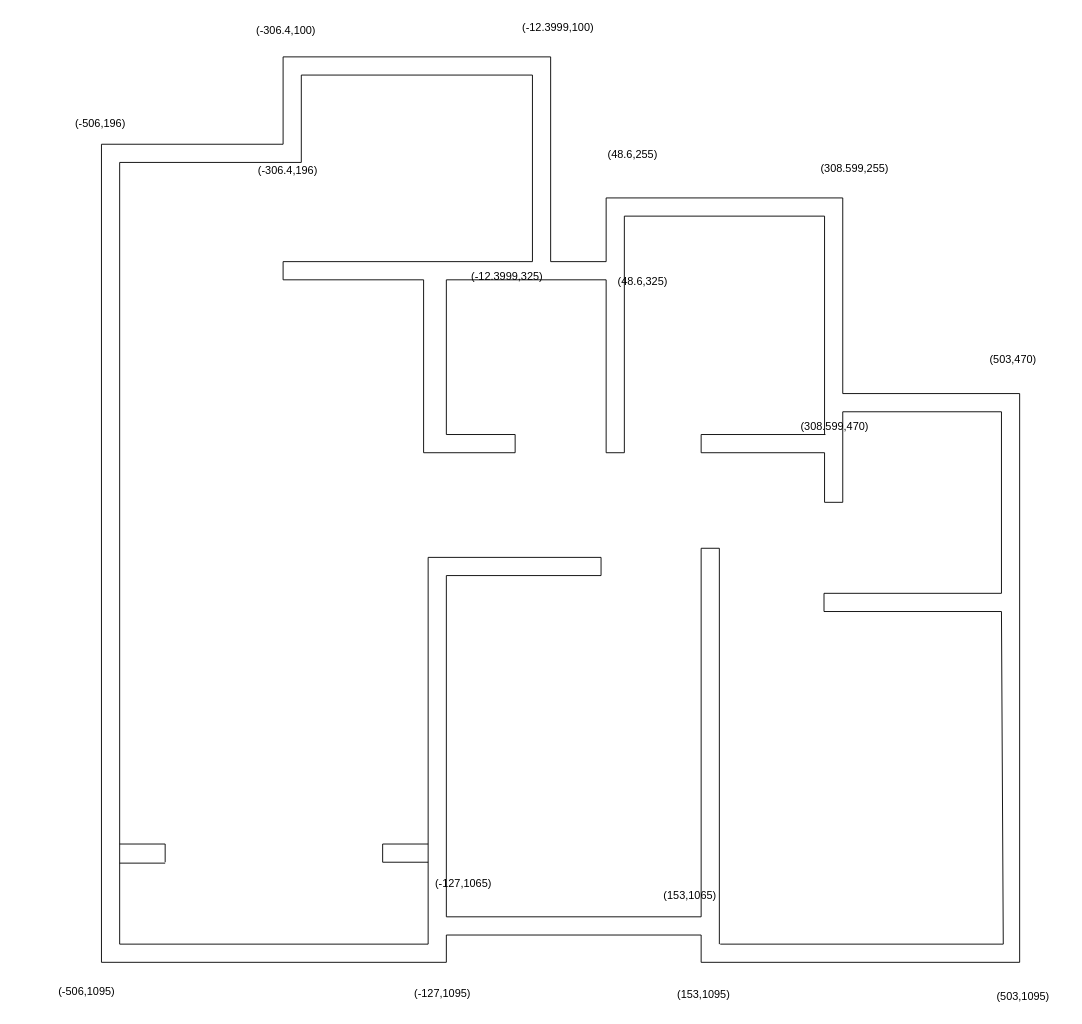
This is 工具/Untitled Diagram.drawio from leexiaozheng/summary, a draw.io file, before an edit. Source tidied: cells renumbered, new cells numbered last; positions are measured from the earlier drawing's top-left corner, leaving out a move shared by most shapes. Both pictures are drawn from the tidied source at 91%, with x=0, y=0 at pixel (46, 15).
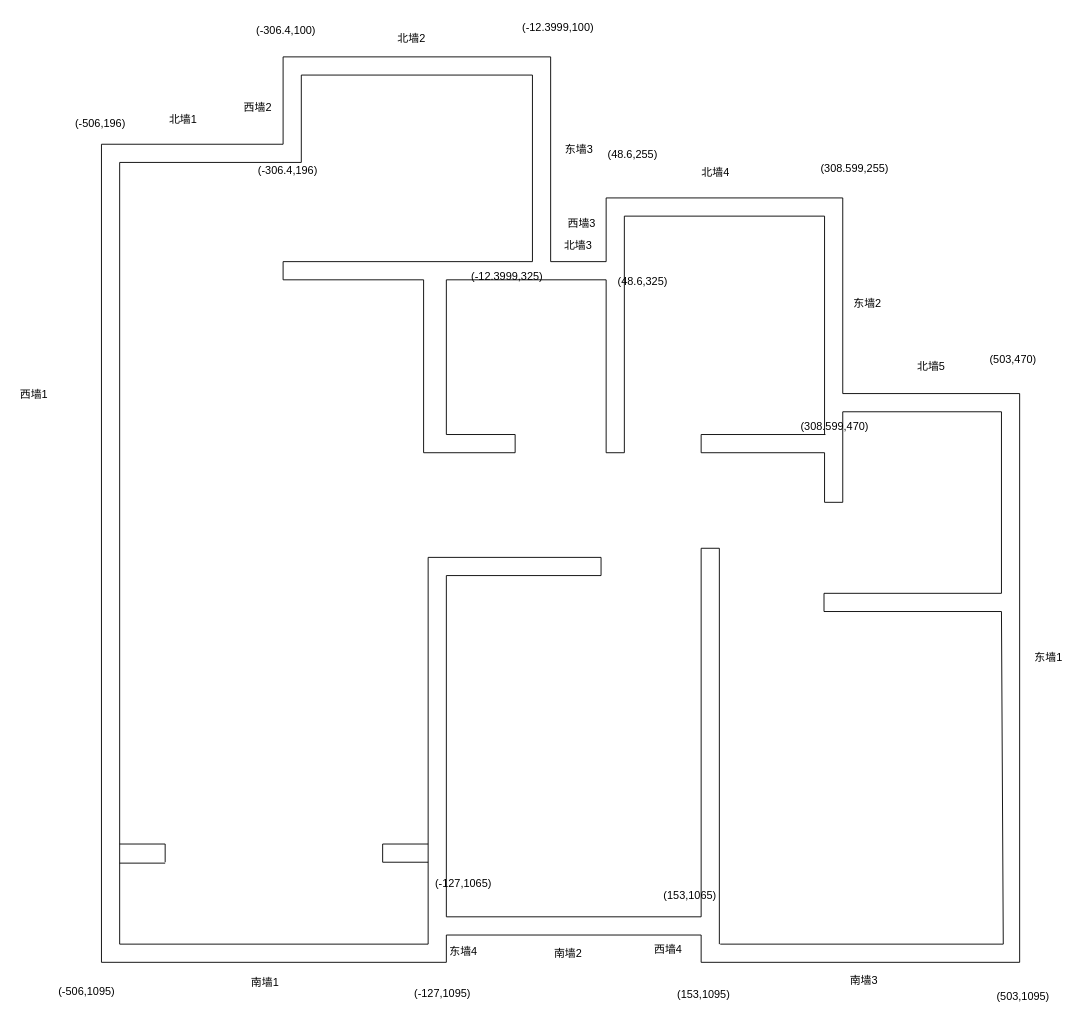
Above is the later version.

The edit, as a diff of the source:
```diff
@@
+    <mxCell id="82" value="东墙1" style="text;html=1;strokeColor=none;fillColor=none;align=center;verticalAlign=middle;whiteSpace=wrap;rounded=0;" parent="1" vertex="1">
+      <mxGeometry x="1082" y="694" width="40" height="21" as="geometry" />
+    </mxCell>
+    <mxCell id="83" value="西墙1" style="text;html=1;strokeColor=none;fillColor=none;align=center;verticalAlign=middle;whiteSpace=wrap;rounded=0;" parent="1" vertex="1">
+      <mxGeometry x="-33" y="405" width="40" height="21" as="geometry" />
+    </mxCell>
+    <mxCell id="84" value="北墙1" style="text;html=1;strokeColor=none;fillColor=none;align=center;verticalAlign=middle;whiteSpace=wrap;rounded=0;" parent="1" vertex="1">
+      <mxGeometry x="131" y="103" width="40" height="21" as="geometry" />
+    </mxCell>
+    <mxCell id="85" value="南墙2" style="text;html=1;strokeColor=none;fillColor=none;align=center;verticalAlign=middle;whiteSpace=wrap;rounded=0;" parent="1" vertex="1">
+      <mxGeometry x="554" y="1020" width="40" height="21" as="geometry" />
+    </mxCell>
+    <mxCell id="86" value="南墙3" style="text;html=1;strokeColor=none;fillColor=none;align=center;verticalAlign=middle;whiteSpace=wrap;rounded=0;" parent="1" vertex="1">
+      <mxGeometry x="879" y="1049" width="40" height="21" as="geometry" />
+    </mxCell>
+    <mxCell id="87" value="南墙1" style="text;html=1;strokeColor=none;fillColor=none;align=center;verticalAlign=middle;whiteSpace=wrap;rounded=0;" parent="1" vertex="1">
+      <mxGeometry x="221" y="1051" width="40" height="21" as="geometry" />
+    </mxCell>
+    <mxCell id="88" value="东墙4" style="text;html=1;strokeColor=none;fillColor=none;align=center;verticalAlign=middle;whiteSpace=wrap;rounded=0;" parent="1" vertex="1">
+      <mxGeometry x="439" y="1017" width="40" height="21" as="geometry" />
+    </mxCell>
+    <mxCell id="89" value="西墙4" style="text;html=1;strokeColor=none;fillColor=none;align=center;verticalAlign=middle;whiteSpace=wrap;rounded=0;" parent="1" vertex="1">
+      <mxGeometry x="664" y="1015" width="40" height="21" as="geometry" />
+    </mxCell>
+    <mxCell id="90" value="东墙3" style="text;html=1;strokeColor=none;fillColor=none;align=center;verticalAlign=middle;whiteSpace=wrap;rounded=0;" parent="1" vertex="1">
+      <mxGeometry x="566" y="136" width="40" height="21" as="geometry" />
+    </mxCell>
+    <mxCell id="91" value="西墙3" style="text;html=1;strokeColor=none;fillColor=none;align=center;verticalAlign=middle;whiteSpace=wrap;rounded=0;" parent="1" vertex="1">
+      <mxGeometry x="569" y="217" width="40" height="21" as="geometry" />
+    </mxCell>
+    <mxCell id="92" value="西墙2" style="text;html=1;strokeColor=none;fillColor=none;align=center;verticalAlign=middle;whiteSpace=wrap;rounded=0;" parent="1" vertex="1">
+      <mxGeometry x="213" y="90" width="40" height="21" as="geometry" />
+    </mxCell>
+    <mxCell id="93" value="北墙3" style="text;html=1;strokeColor=none;fillColor=none;align=center;verticalAlign=middle;whiteSpace=wrap;rounded=0;" parent="1" vertex="1">
+      <mxGeometry x="565" y="242" width="40" height="21" as="geometry" />
+    </mxCell>
+    <mxCell id="94" value="北墙2" style="text;html=1;strokeColor=none;fillColor=none;align=center;verticalAlign=middle;whiteSpace=wrap;rounded=0;" parent="1" vertex="1">
+      <mxGeometry x="382" y="14" width="40" height="21" as="geometry" />
+    </mxCell>
+    <mxCell id="95" value="北墙5" style="text;html=1;strokeColor=none;fillColor=none;align=center;verticalAlign=middle;whiteSpace=wrap;rounded=0;" parent="1" vertex="1">
+      <mxGeometry x="953" y="375" width="40" height="21" as="geometry" />
+    </mxCell>
+    <mxCell id="96" value="北墙4" style="text;html=1;strokeColor=none;fillColor=none;align=center;verticalAlign=middle;whiteSpace=wrap;rounded=0;" parent="1" vertex="1">
+      <mxGeometry x="716" y="161" width="40" height="21" as="geometry" />
+    </mxCell>
+    <mxCell id="97" value="东墙2" style="text;html=1;strokeColor=none;fillColor=none;align=center;verticalAlign=middle;whiteSpace=wrap;rounded=0;" parent="1" vertex="1">
+      <mxGeometry x="883" y="305" width="40" height="21" as="geometry" />
+    </mxCell>
```
